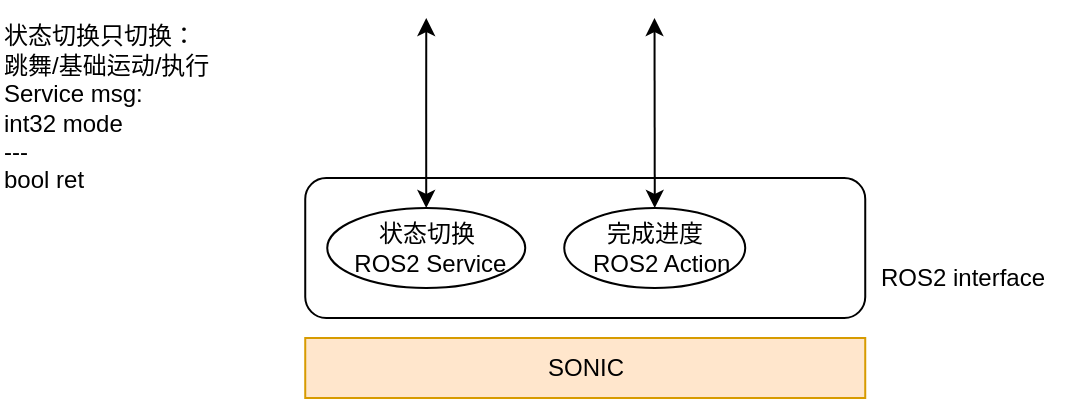
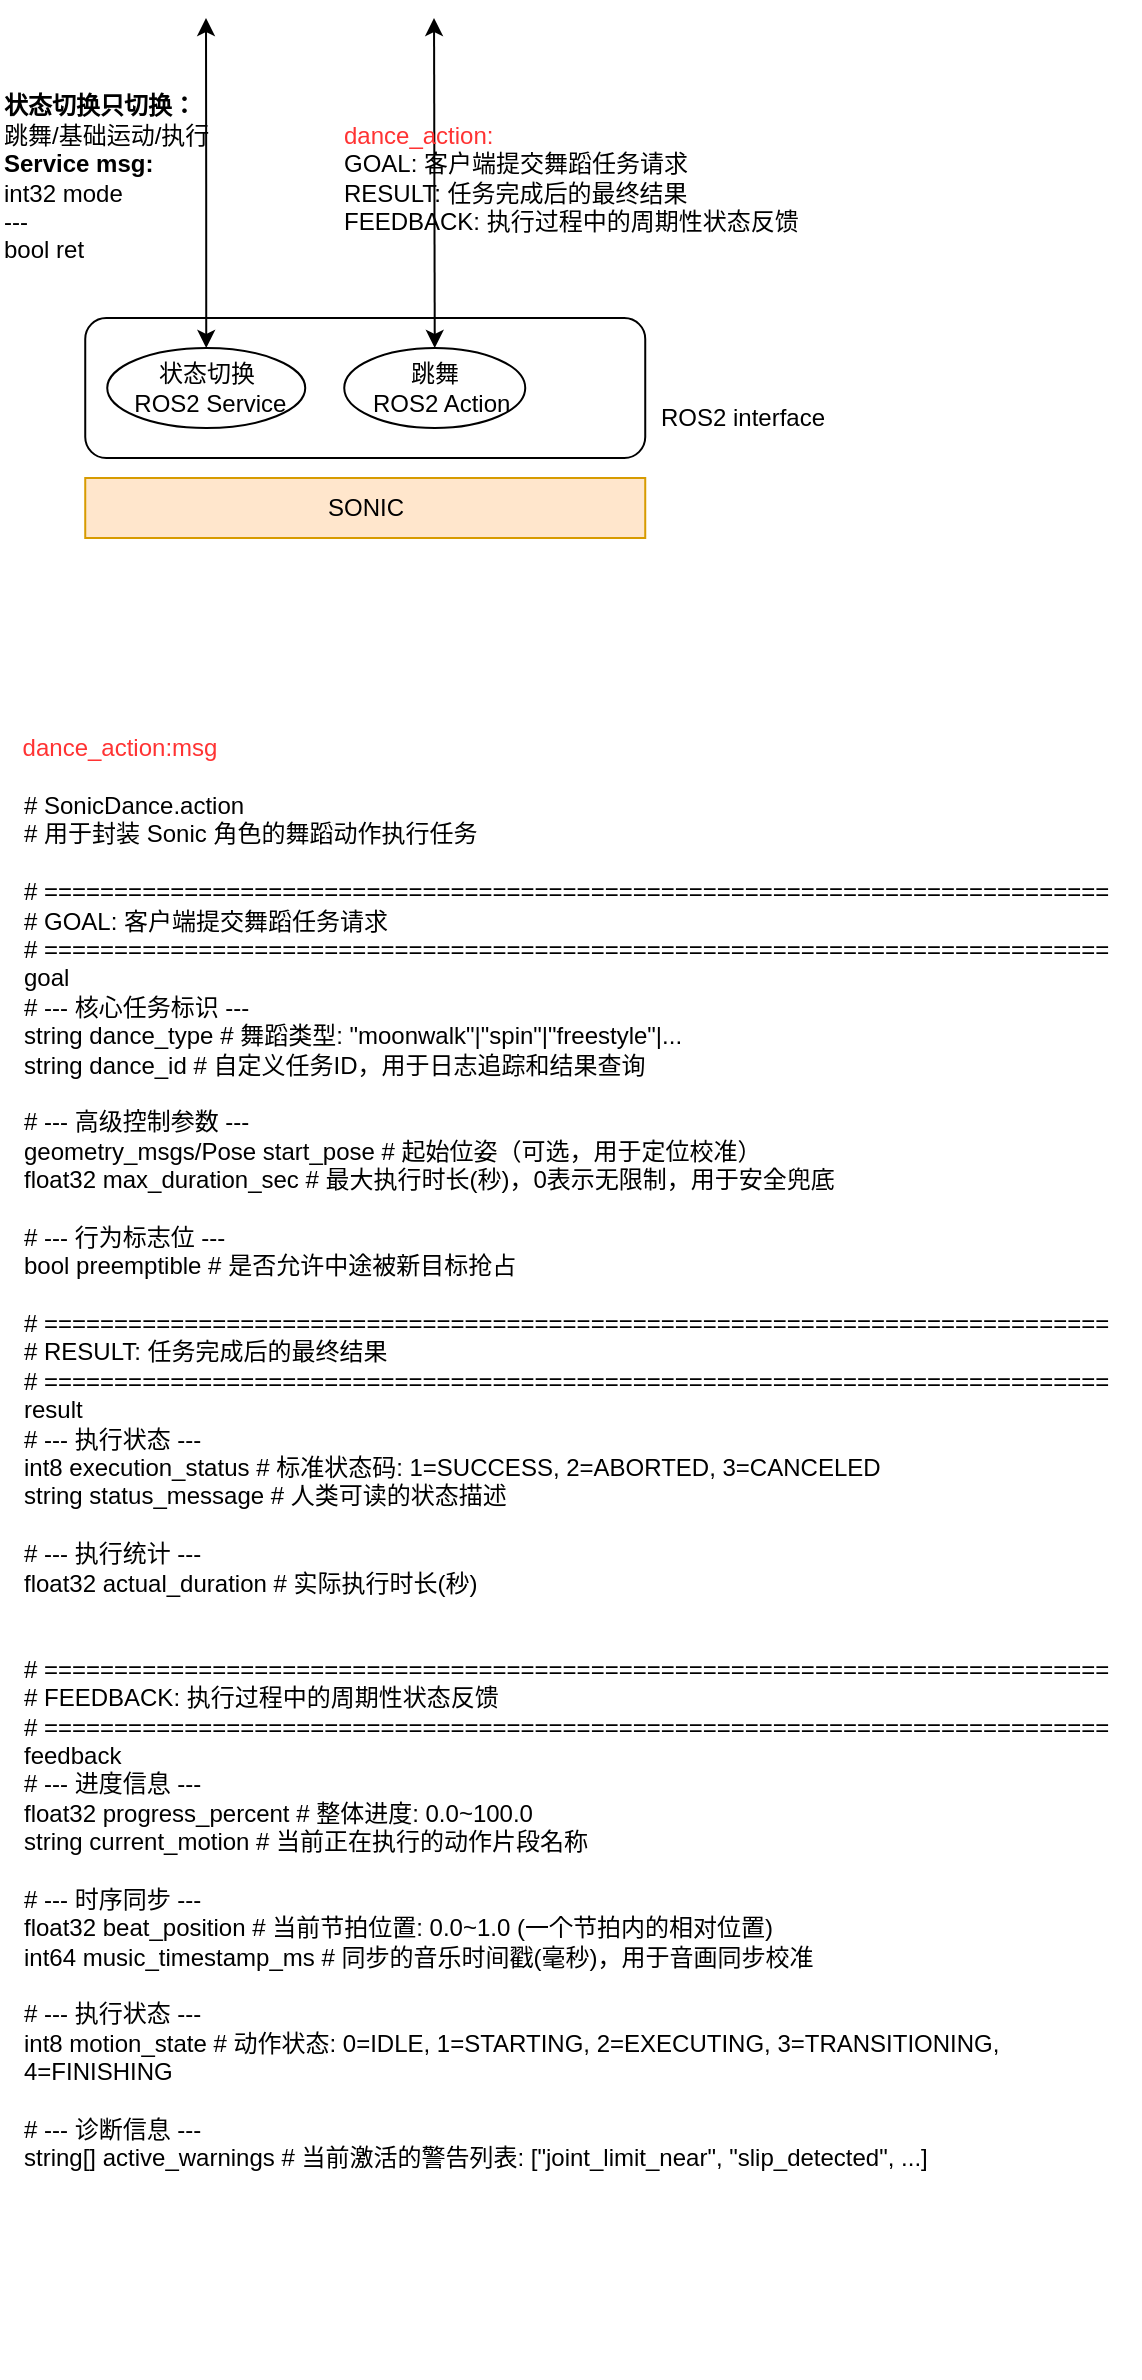
<mxfile host="app.diagrams.net">
  <diagram name="第 1 页" id="DzcLTyVgVoUWEzhdv1gV">
-     <mxGraphModel dx="690" dy="374" grid="1" gridSize="10" guides="1" tooltips="1" connect="1" arrows="1" fold="1" page="1" pageScale="1" pageWidth="1654" pageHeight="1169" math="0" shadow="0">
+     <mxGraphModel dx="975" dy="528" grid="1" gridSize="10" guides="1" tooltips="1" connect="1" arrows="1" fold="1" page="1" pageScale="1" pageWidth="1654" pageHeight="1169" math="0" shadow="0">
      <root>
        <mxCell id="0" />
        <mxCell id="1" parent="0" />
        <mxCell id="3TUa6k41WnPCvsEETGqd-1" parent="1" style="rounded=0;whiteSpace=wrap;html=1;fillColor=#ffe6cc;strokeColor=#d79b00;" value="SONIC" vertex="1">
          <mxGeometry height="30" width="280" x="552.62" y="310" as="geometry" />
        </mxCell>
        <mxCell id="3TUa6k41WnPCvsEETGqd-2" parent="1" style="rounded=1;whiteSpace=wrap;html=1;" value="" vertex="1">
          <mxGeometry height="70" width="280" x="552.62" y="230" as="geometry" />
        </mxCell>
        <mxCell id="3TUa6k41WnPCvsEETGqd-3" parent="1" style="text;html=1;align=center;verticalAlign=middle;resizable=0;points=[];autosize=1;strokeColor=none;fillColor=none;" value="ROS2 interface" vertex="1">
          <mxGeometry height="30" width="110" x="825.62" y="265" as="geometry" />
        </mxCell>
        <mxCell id="3TUa6k41WnPCvsEETGqd-4" edge="1" parent="1" source="3TUa6k41WnPCvsEETGqd-5" style="edgeStyle=orthogonalEdgeStyle;rounded=0;orthogonalLoop=1;jettySize=auto;html=1;exitX=0.5;exitY=0;exitDx=0;exitDy=0;startArrow=classic;startFill=1;">
          <mxGeometry relative="1" as="geometry">
-             <mxPoint x="613.1261728395062" y="150" as="targetPoint" />
+             <mxPoint x="613" y="80" as="targetPoint" />
          </mxGeometry>
        </mxCell>
        <mxCell id="3TUa6k41WnPCvsEETGqd-5" parent="1" style="ellipse;whiteSpace=wrap;html=1;" value="状态切换&lt;br&gt;&amp;nbsp;ROS2 Service" vertex="1">
          <mxGeometry height="40" width="99" x="563.62" y="245" as="geometry" />
        </mxCell>
        <mxCell id="3TUa6k41WnPCvsEETGqd-6" edge="1" parent="1" source="3TUa6k41WnPCvsEETGqd-7" style="edgeStyle=orthogonalEdgeStyle;curved=1;rounded=0;orthogonalLoop=1;jettySize=auto;html=1;exitX=0.5;exitY=0;exitDx=0;exitDy=0;startArrow=classic;startFill=1;">
          <mxGeometry relative="1" as="geometry">
-             <mxPoint x="727.2426415094338" y="150" as="targetPoint" />
+             <mxPoint x="727" y="80" as="targetPoint" />
          </mxGeometry>
        </mxCell>
-         <mxCell id="3TUa6k41WnPCvsEETGqd-7" parent="1" style="ellipse;whiteSpace=wrap;html=1;" value="完成进度&lt;br&gt;&amp;nbsp; ROS2 Action" vertex="1">
+         <mxCell id="3TUa6k41WnPCvsEETGqd-7" parent="1" style="ellipse;whiteSpace=wrap;html=1;" value="跳舞&lt;br&gt;&amp;nbsp; ROS2 Action" vertex="1">
          <mxGeometry height="40" width="90.5" x="682.12" y="245" as="geometry" />
        </mxCell>
-         <mxCell id="3TUa6k41WnPCvsEETGqd-8" parent="1" style="text;html=1;align=left;verticalAlign=middle;resizable=0;points=[];autosize=1;strokeColor=none;fillColor=none;" value="&lt;font&gt;&lt;font style=&quot;color: rgb(0, 0, 0);&quot;&gt;状态切换只切换：&lt;/font&gt;&lt;br&gt;&lt;font style=&quot;color: rgb(0, 0, 0);&quot;&gt;跳舞/基础运动/执行&lt;/font&gt;&lt;br&gt;&lt;font style=&quot;color: rgb(0, 0, 0);&quot;&gt;Service msg:&lt;/font&gt;&lt;/font&gt;&lt;br&gt;int32 mode&lt;div&gt;---&lt;/div&gt;&lt;div&gt;bool ret&lt;/div&gt;" vertex="1">
-           <mxGeometry height="100" width="130" x="400" y="145" as="geometry" />
+         <mxCell id="3TUa6k41WnPCvsEETGqd-8" parent="1" style="text;html=1;align=left;verticalAlign=middle;resizable=0;points=[];autosize=1;strokeColor=none;fillColor=none;" value="&lt;font&gt;&lt;font style=&quot;color: rgb(0, 0, 0);&quot;&gt;&lt;b&gt;状态切换只切换：&lt;/b&gt;&lt;/font&gt;&lt;br&gt;&lt;font style=&quot;color: rgb(0, 0, 0);&quot;&gt;跳舞/基础运动/执行&lt;/font&gt;&lt;br&gt;&lt;font style=&quot;color: rgb(0, 0, 0);&quot;&gt;&lt;b&gt;Service msg:&lt;/b&gt;&lt;/font&gt;&lt;/font&gt;&lt;br&gt;int32 mode&lt;div&gt;---&lt;/div&gt;&lt;div&gt;bool ret&lt;/div&gt;" vertex="1">
+           <mxGeometry height="100" width="130" x="510" y="110" as="geometry" />
+         </mxCell>
+         <mxCell id="qzNTs-UY0wei0addMZY_-1" parent="1" style="text;html=1;whiteSpace=wrap;strokeColor=none;fillColor=none;align=left;verticalAlign=middle;rounded=0;" value="&lt;font style=&quot;color: rgb(255, 51, 51);&quot;&gt;&lt;span style=&quot;font-family: monospace; font-size: 0px; text-wrap: nowrap; color: rgba(0, 0, 0, 0);&quot;&gt;%3CmxGraphModel%3E%3Croot%3E%3CmxCell%20id%3D%220%22%2F%3E%3CmxCell%20id%3D%221%22%20parent%3D%220%22%2F%3E%3CmxCell%20id%3D%222%22%20parent%3D%221%22%20style%3D%22text%3Bhtml%3D1%3BwhiteSpace%3Dwrap%3BstrokeColor%3Dnone%3BfillColor%3Dnone%3Balign%3Dcenter%3BverticalAlign%3Dmiddle%3Brounded%3D0%3B%22%20value%3D%22Text%22%20vertex%3D%221%22%3E%3CmxGeometry%20height%3D%2230%22%20width%3D%2260%22%20x%3D%22510%22%20y%3D%22400%22%20as%3D%22geometry%22%2F%3E%3C%2FmxCell%3E%3C%2Froot%3E%3C%2FmxGraphModel%3E%3CmxGraphModel%3E%3Croot%3E%3CmxCell%20id%3D%220%22%2F%3E%3CmxCell%20id%3D%221%22%20parent%3D%220%22%2F%3E%3CmxCell%20id%3D%222%22%20parent%3D%221%22%20style%3D%22text%3Bhtml%3D1%3BwhiteSpace%3Dwrap%3BstrokeColor%3Dnone%3BfillColor%3Dnone%3Balign%3Dcenter%3BverticalAlign%3Dmiddle%3Brounded%3D0%3B%22%20value%3D%22Text%22%20vertex%3D%221%22%3E%3CmxGeometry%20height%3D%2230%22%20width%3D%2260%22%20x%3D%22510%22%20y%3D%22400%22%20as%3D%22geometry%22%2F%3E%3C%2FmxCell%3E%3C%2Froot%3E%3C%2FmxGraphModel%3E&lt;/span&gt;dance_action:&lt;/font&gt;&lt;br&gt;GOAL: 客户端提交舞蹈任务请求&lt;br&gt;RESULT: 任务完成后的最终结果&lt;br&gt;FEEDBACK: 执行过程中的周期性状态反馈" vertex="1">
+           <mxGeometry height="70" width="240" x="680" y="125" as="geometry" />
+         </mxCell>
+         <UserObject label="# SonicDance.action&#xa;# 用于封装 Sonic 角色的舞蹈动作执行任务&#xa;&#xa;# ============================================================================&#xa;# GOAL: 客户端提交舞蹈任务请求&#xa;# ============================================================================&#xa;goal&#xa;  # --- 核心任务标识 ---&#xa;  string dance_type           # 舞蹈类型: &quot;moonwalk&quot;|&quot;spin&quot;|&quot;freestyle&quot;|...&#xa;  string dance_id             # 自定义任务ID，用于日志追踪和结果查询&#xa;    &#xa;  # --- 高级控制参数 ---&#xa;  geometry_msgs/Pose start_pose  # 起始位姿（可选，用于定位校准）&#xa;  float32 max_duration_sec    # 最大执行时长(秒)，0表示无限制，用于安全兜底&#xa;  &#xa;  # --- 行为标志位 ---&#xa;  bool preemptible            # 是否允许中途被新目标抢占&#xa;&#xa;# ============================================================================&#xa;# RESULT: 任务完成后的最终结果&#xa;# ============================================================================&#xa;result&#xa;  # --- 执行状态 ---&#xa;  int8 execution_status       # 标准状态码: 1=SUCCESS, 2=ABORTED, 3=CANCELED&#xa;  string status_message       # 人类可读的状态描述&#xa;  &#xa;  # --- 执行统计 ---&#xa;  float32 actual_duration     # 实际执行时长(秒)&#xa;&#xa;&#xa;# ============================================================================&#xa;# FEEDBACK: 执行过程中的周期性状态反馈&#xa;# ============================================================================&#xa;feedback&#xa;  # --- 进度信息 ---&#xa;  float32 progress_percent    # 整体进度: 0.0~100.0&#xa;  string current_motion       # 当前正在执行的动作片段名称&#xa;  &#xa;  # --- 时序同步 ---&#xa;  float32 beat_position       # 当前节拍位置: 0.0~1.0 (一个节拍内的相对位置)&#xa;  int64 music_timestamp_ms    # 同步的音乐时间戳(毫秒)，用于音画同步校准&#xa;  &#xa;  # --- 执行状态 ---&#xa;  int8 motion_state           # 动作状态: 0=IDLE, 1=STARTING, 2=EXECUTING, 3=TRANSITIONING, 4=FINISHING&#xa;  &#xa;  # --- 诊断信息 ---&#xa;  string[] active_warnings    # 当前激活的警告列表: [&quot;joint_limit_near&quot;, &quot;slip_detected&quot;, ...]" link="# SonicDance.action&#xa;# 用于封装 Sonic 角色的舞蹈动作执行任务&#xa;&#xa;# ============================================================================&#xa;# GOAL: 客户端提交舞蹈任务请求&#xa;# ============================================================================&#xa;goal&#xa;  # --- 核心任务标识 ---&#xa;  string dance_type           # 舞蹈类型: &quot;moonwalk&quot;|&quot;spin&quot;|&quot;freestyle&quot;|...&#xa;  string dance_id             # 自定义任务ID，用于日志追踪和结果查询&#xa;    &#xa;  # --- 高级控制参数 ---&#xa;  geometry_msgs/Pose start_pose  # 起始位姿（可选，用于定位校准）&#xa;  float32 max_duration_sec    # 最大执行时长(秒)，0表示无限制，用于安全兜底&#xa;  &#xa;  # --- 行为标志位 ---&#xa;  bool preemptible            # 是否允许中途被新目标抢占&#xa;&#xa;# ============================================================================&#xa;# RESULT: 任务完成后的最终结果&#xa;# ============================================================================&#xa;result&#xa;  # --- 执行状态 ---&#xa;  int8 execution_status       # 标准状态码: 1=SUCCESS, 2=ABORTED, 3=CANCELED&#xa;  string status_message       # 人类可读的状态描述&#xa;  &#xa;  # --- 执行统计 ---&#xa;  float32 actual_duration     # 实际执行时长(秒)&#xa;&#xa;&#xa;# ============================================================================&#xa;# FEEDBACK: 执行过程中的周期性状态反馈&#xa;# ============================================================================&#xa;feedback&#xa;  # --- 进度信息 ---&#xa;  float32 progress_percent    # 整体进度: 0.0~100.0&#xa;  string current_motion       # 当前正在执行的动作片段名称&#xa;  &#xa;  # --- 时序同步 ---&#xa;  float32 beat_position       # 当前节拍位置: 0.0~1.0 (一个节拍内的相对位置)&#xa;  int64 music_timestamp_ms    # 同步的音乐时间戳(毫秒)，用于音画同步校准&#xa;  &#xa;  # --- 执行状态 ---&#xa;  int8 motion_state           # 动作状态: 0=IDLE, 1=STARTING, 2=EXECUTING, 3=TRANSITIONING, 4=FINISHING&#xa;  &#xa;  # --- 诊断信息 ---&#xa;  string[] active_warnings    # 当前激活的警告列表: [&quot;joint_limit_near&quot;, &quot;slip_detected&quot;, ...]" id="qzNTs-UY0wei0addMZY_-2">
+           <mxCell parent="1" style="text;whiteSpace=wrap;html=1;" vertex="1">
+             <mxGeometry height="800" width="560" x="520" y="460" as="geometry" />
+           </mxCell>
+         </UserObject>
+         <mxCell id="qzNTs-UY0wei0addMZY_-3" parent="1" style="text;html=1;whiteSpace=wrap;strokeColor=none;fillColor=none;align=center;verticalAlign=middle;rounded=0;" value="&lt;span style=&quot;text-align: left; text-wrap: nowrap; font-family: monospace; font-size: 0px; color: rgba(0, 0, 0, 0);&quot;&gt;%3CmxGraphModel%3E%3Croot%3E%3CmxCell%20id%3D%220%22%2F%3E%3CmxCell%20id%3D%221%22%20parent%3D%220%22%2F%3E%3CmxCell%20id%3D%222%22%20parent%3D%221%22%20style%3D%22text%3Bhtml%3D1%3BwhiteSpace%3Dwrap%3BstrokeColor%3Dnone%3BfillColor%3Dnone%3Balign%3Dcenter%3BverticalAlign%3Dmiddle%3Brounded%3D0%3B%22%20value%3D%22Text%22%20vertex%3D%221%22%3E%3CmxGeometry%20height%3D%2230%22%20width%3D%2260%22%20x%3D%22510%22%20y%3D%22400%22%20as%3D%22geometry%22%2F%3E%3C%2FmxCell%3E%3C%2Froot%3E%3C%2FmxGraphModel%3E%3CmxGraphModel%3E%3Croot%3E%3CmxCell%20id%3D%220%22%2F%3E%3CmxCell%20id%3D%221%22%20parent%3D%220%22%2F%3E%3CmxCell%20id%3D%222%22%20parent%3D%221%22%20style%3D%22text%3Bhtml%3D1%3BwhiteSpace%3Dwrap%3BstrokeColor%3Dnone%3BfillColor%3Dnone%3Balign%3Dcenter%3BverticalAlign%3Dmiddle%3Brounded%3D0%3B%22%20value%3D%22Text%22%20vertex%3D%221%22%3E%3CmxGeometry%20height%3D%2230%22%20width%3D%2260%22%20x%3D%22510%22%20y%3D%22400%22%20as%3D%22geometry%22%2F%3E%3C%2FmxCell%3E%3C%2Froot%3E%3C%2FmxGraphModel%3E&lt;/span&gt;&lt;span style=&quot;color: rgb(255, 51, 51); text-align: left;&quot;&gt;dance_action:msg&lt;/span&gt;" vertex="1">
+           <mxGeometry height="30" width="100" x="520" y="430" as="geometry" />
        </mxCell>
      </root>
    </mxGraphModel>
  </diagram>
</mxfile>
